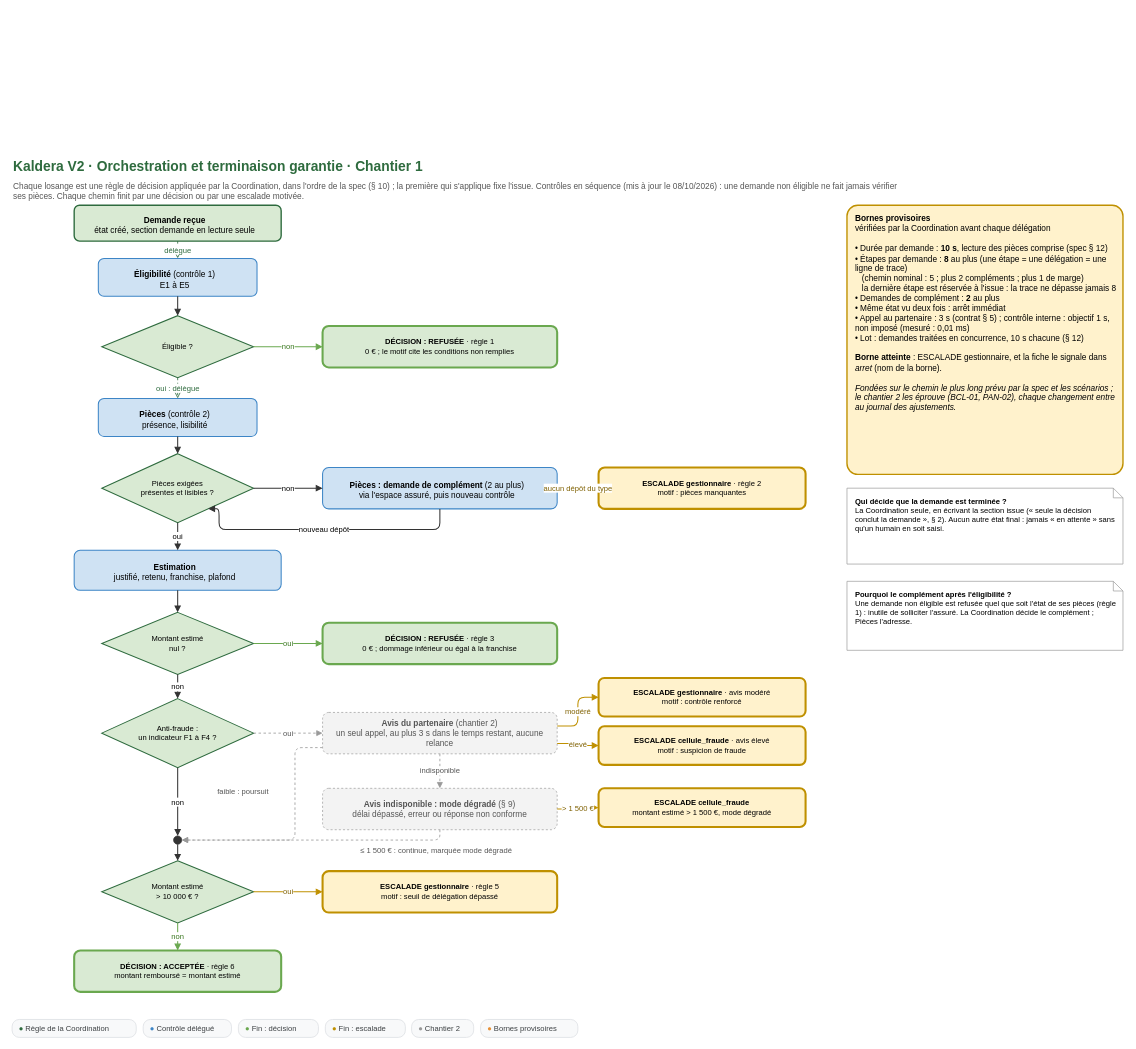
Earlier version of the draw.io diagram conception/schemas/schema-2-orchestration.drawio (Ganda15/kaldera-bout-en-bout_v2). Source tidied: cells renumbered, new cells numbered last; positions are measured from the earlier drawing's top-left corner, leaving out a move shared by most shapes. Both pictures are drawn from the tidied source at 69%, with x=0, y=0 at pixel (12, 153).
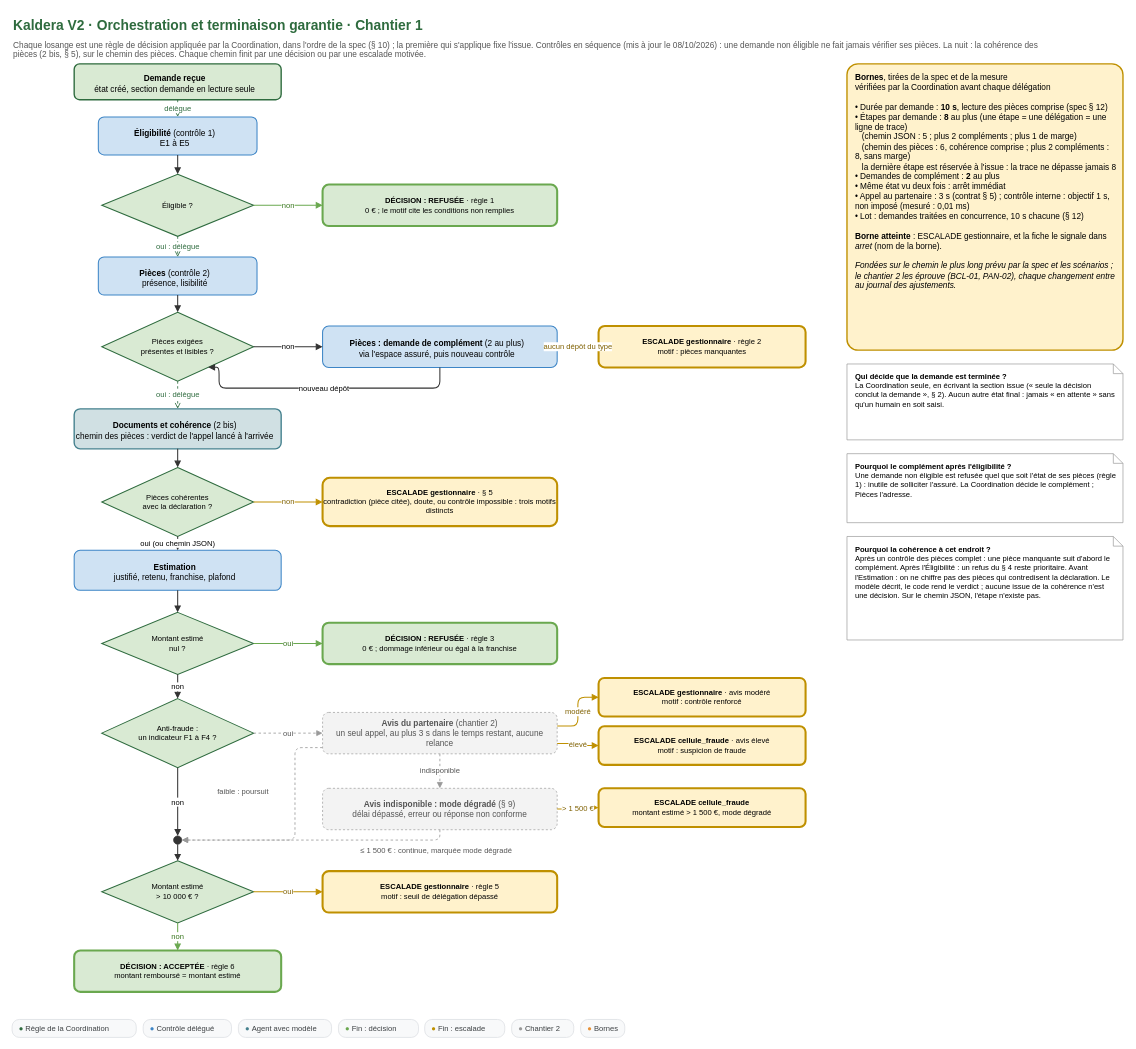
The same page after the edit.

Commit message (it also covers changes not shown here):
docs(schemas): schemas 0, 2, 3, 7 et N0 alignes sur l'agent Documents et coherence (depot de conception 9387fa4)

The change refers to these unchanged cells:
```xml
<mxCell id="12" value="&lt;b&gt;Estimation&lt;/b&gt;&lt;br&gt;justifié, retenu, franchise, plafond" style="whiteSpace=wrap;html=1;fontFamily=Arial;fontSize=12;align=left;spacingLeft=10;spacingRight=8;verticalAlign=top;spacingTop=6;rounded=1;fillColor=#cfe2f3;strokeColor=#3d85c6;strokeWidth=1.5;align=center;verticalAlign=middle;spacingLeft=0;" parent="1" vertex="1">
  <mxGeometry x="90" y="575" width="300" height="58" as="geometry" />
</mxCell>
```

What changed in the source:
```diff
@@
     <mxCell id="2" value="Kaldera V2 · Orchestration et terminaison garantie · Chantier 1" style="text;html=1;fontFamily=Arial;fontSize=20;fontStyle=1;fontColor=#2E6B3E;align=left;verticalAlign=top;" parent="1" vertex="1">
-      <mxGeometry width="1100" height="30" as="geometry" />
+      <mxGeometry y="-205" width="1100" height="30" as="geometry" />
     </mxCell>
-    <mxCell id="3" value="Chaque losange est une règle de décision appliquée par la Coordination, dans l'ordre de la spec (§ 10) ; la première qui s'applique fixe l'issue. Contrôles en séquence (mis à jour le 08/10/2026) : une demande non éligible ne fait jamais vérifier ses pièces. Chaque chemin finit par une décision ou par une escalade motivée." style="text;html=1;fontFamily=Arial;fontSize=12;fontColor=#555555;align=left;verticalAlign=top;whiteSpace=wrap;" parent="1" vertex="1">
-      <mxGeometry y="34" width="1300" height="22" as="geometry" />
+    <mxCell id="3" value="Chaque losange est une règle de décision appliquée par la Coordination, dans l'ordre de la spec (§ 10) ; la première qui s'applique fixe l'issue. Contrôles en séquence (mis à jour le 08/10/2026) : une demande non éligible ne fait jamais vérifier ses pièces. La nuit : la cohérence des pièces (2 bis, § 5), sur le chemin des pièces. Chaque chemin finit par une décision ou par une escalade motivée." style="text;html=1;fontFamily=Arial;fontSize=12;fontColor=#555555;align=left;verticalAlign=top;whiteSpace=wrap;" parent="1" vertex="1">
+      <mxGeometry y="-171" width="1500" height="22" as="geometry" />
     </mxCell>
     <mxCell id="4" value="&lt;b&gt;Demande reçue&lt;/b&gt;&lt;br&gt;état créé, section demande en lecture seule" style="whiteSpace=wrap;html=1;fontFamily=Arial;fontSize=12;align=left;spacingLeft=10;spacingRight=8;verticalAlign=top;spacingTop=6;rounded=1;fillColor=#d9ead3;strokeColor=#2E6B3E;strokeWidth=2;align=center;verticalAlign=middle;spacingLeft=0;" parent="1" vertex="1">
-      <mxGeometry x="90" y="75" width="300" height="52" as="geometry" />
+      <mxGeometry x="90" y="-130" width="300" height="52" as="geometry" />
     </mxCell>
     <mxCell id="5" value="&lt;b&gt;Éligibilité&lt;/b&gt; (contrôle 1)&lt;br&gt;E1 à E5" style="whiteSpace=wrap;html=1;fontFamily=Arial;fontSize=12;align=left;spacingLeft=10;spacingRight=8;verticalAlign=top;spacingTop=6;rounded=1;fillColor=#cfe2f3;strokeColor=#3d85c6;strokeWidth=1.5;align=center;verticalAlign=middle;spacingLeft=0;" parent="1" vertex="1">
-      <mxGeometry x="125" y="152" width="230" height="55" as="geometry" />
+      <mxGeometry x="125" y="-53" width="230" height="55" as="geometry" />
     </mxCell>
     <mxCell id="6" value="Éligible ?" style="rhombus;whiteSpace=wrap;html=1;fontFamily=Arial;fontSize=11;fillColor=#d9ead3;strokeColor=#2E6B3E;strokeWidth=1.5;" parent="1" vertex="1">
-      <mxGeometry x="130" y="235" width="220" height="90" as="geometry" />
+      <mxGeometry x="130" y="30" width="220" height="90" as="geometry" />
     </mxCell>
     <mxCell id="7" value="&lt;b&gt;DÉCISION : REFUSÉE&lt;/b&gt; · règle 1&lt;br&gt;0 € ; le motif cite les conditions non remplies" style="whiteSpace=wrap;html=1;fontFamily=Arial;fontSize=12;rounded=1;fillColor=#d9ead3;strokeColor=#6aa84f;strokeWidth=3;fontStyle=0;align=center;verticalAlign=middle;spacingLeft=0;fontSize=11;" parent="1" vertex="1">
-      <mxGeometry x="450" y="250" width="340" height="60" as="geometry" />
+      <mxGeometry x="450" y="45" width="340" height="60" as="geometry" />
     </mxCell>
     <mxCell id="8" value="&lt;b&gt;Pièces&lt;/b&gt; (contrôle 2)&lt;br&gt;présence, lisibilité" style="whiteSpace=wrap;html=1;fontFamily=Arial;fontSize=12;align=left;spacingLeft=10;spacingRight=8;verticalAlign=top;spacingTop=6;rounded=1;fillColor=#cfe2f3;strokeColor=#3d85c6;strokeWidth=1.5;align=center;verticalAlign=middle;spacingLeft=0;" parent="1" vertex="1">
-      <mxGeometry x="125" y="355" width="230" height="55" as="geometry" />
+      <mxGeometry x="125" y="150" width="230" height="55" as="geometry" />
     </mxCell>
     <mxCell id="9" value="Pièces exigées&lt;br&gt;présentes et lisibles ?" style="rhombus;whiteSpace=wrap;html=1;fontFamily=Arial;fontSize=11;fillColor=#d9ead3;strokeColor=#2E6B3E;strokeWidth=1.5;" parent="1" vertex="1">
-      <mxGeometry x="130" y="435" width="220" height="100" as="geometry" />
+      <mxGeometry x="130" y="230" width="220" height="100" as="geometry" />
     </mxCell>
     <mxCell id="10" value="&lt;b&gt;Pièces : demande de complément&lt;/b&gt; (2 au plus)&lt;br&gt;via l'espace assuré, puis nouveau contrôle" style="whiteSpace=wrap;html=1;fontFamily=Arial;fontSize=12;align=left;spacingLeft=10;spacingRight=8;verticalAlign=top;spacingTop=6;rounded=1;fillColor=#cfe2f3;strokeColor=#3d85c6;strokeWidth=1.5;align=center;verticalAlign=middle;spacingLeft=0;" parent="1" vertex="1">
-      <mxGeometry x="450" y="455" width="340" height="60" as="geometry" />
+      <mxGeometry x="450" y="250" width="340" height="60" as="geometry" />
     </mxCell>
     <mxCell id="11" value="&lt;b&gt;ESCALADE gestionnaire&lt;/b&gt; · règle 2&lt;br&gt;motif : pièces manquantes" style="whiteSpace=wrap;html=1;fontFamily=Arial;fontSize=12;rounded=1;fillColor=#fff2cc;strokeColor=#bf9000;strokeWidth=3;align=center;verticalAlign=middle;spacingLeft=0;fontSize=11;" parent="1" vertex="1">
-      <mxGeometry x="850" y="455" width="300" height="60" as="geometry" />
+      <mxGeometry x="850" y="250" width="300" height="60" as="geometry" />
     </mxCell>
+    <mxCell id="59" value="&lt;b&gt;Documents et cohérence&lt;/b&gt; (2 bis)&lt;br&gt;chemin des pièces : verdict de l'appel lancé à l'arrivée" style="whiteSpace=wrap;html=1;fontFamily=Arial;fontSize=12;align=left;spacingLeft=10;spacingRight=8;verticalAlign=top;spacingTop=6;rounded=1;fillColor=#d0e0e3;strokeColor=#45818e;strokeWidth=2;align=center;verticalAlign=middle;spacingLeft=0;" parent="1" vertex="1">
+      <mxGeometry x="90" y="370" width="300" height="58" as="geometry" />
+    </mxCell>
+    <mxCell id="60" value="Pièces cohérentes&lt;br&gt;avec la déclaration ?" style="rhombus;whiteSpace=wrap;html=1;fontFamily=Arial;fontSize=11;fillColor=#d9ead3;strokeColor=#2E6B3E;strokeWidth=1.5;" parent="1" vertex="1">
+      <mxGeometry x="130" y="455" width="220" height="100" as="geometry" />
+    </mxCell>
+    <mxCell id="61" value="&lt;b&gt;ESCALADE gestionnaire&lt;/b&gt; · § 5&lt;br&gt;contradiction (pièce citée), doute, ou contrôle impossible : trois motifs distincts" style="whiteSpace=wrap;html=1;fontFamily=Arial;fontSize=12;rounded=1;fillColor=#fff2cc;strokeColor=#bf9000;strokeWidth=3;align=center;verticalAlign=middle;spacingLeft=0;fontSize=11;" parent="1" vertex="1">
+      <mxGeometry x="450" y="470" width="340" height="70" as="geometry" />
+    </mxCell>
@@
-    <mxCell id="24" value="&lt;b&gt;Bornes provisoires&lt;/b&gt;&lt;br&gt;vérifiées par la Coordination avant chaque délégation&lt;br&gt;&lt;br&gt;• Durée par demande : &lt;b&gt;10 s&lt;/b&gt;, lecture des pièces comprise (spec § 12)&lt;br&gt;• Étapes par demande : &lt;b&gt;8&lt;/b&gt; au plus (une étape = une délégation = une ligne de trace)&lt;br&gt;&amp;nbsp;&amp;nbsp;&amp;nbsp;(chemin nominal : 5 ; plus 2 compléments ; plus 1 de marge)&lt;br&gt;&amp;nbsp;&amp;nbsp;&amp;nbsp;la dernière étape est réservée à l'issue : la trace ne dépasse jamais 8&lt;br&gt;• Demandes de complément : &lt;b&gt;2&lt;/b&gt; au plus&lt;br&gt;• Même état vu deux fois : arrêt immédiat&lt;br&gt;• Appel au partenaire : 3 s (contrat § 5) ; contrôle interne : objectif 1 s, non imposé (mesuré : 0,01 ms)&lt;br&gt;• Lot : demandes traitées en concurrence, 10 s chacune (§ 12)&lt;br&gt;&lt;br&gt;&lt;b&gt;Borne atteinte&lt;/b&gt; : ESCALADE gestionnaire, et la fiche le signale dans &lt;i&gt;arret&lt;/i&gt; (nom de la borne).&lt;br&gt;&lt;br&gt;&lt;i&gt;Fondées sur le chemin le plus long prévu par la spec et les scénarios ; le chantier 2 les éprouve (BCL-01, PAN-02), chaque changement entre au journal des ajustements.&lt;/i&gt;" style="whiteSpace=wrap;html=1;fontFamily=Arial;fontSize=12;align=left;spacingLeft=10;spacingRight=8;verticalAlign=top;spacingTop=6;rounded=1;fillColor=#fce5cd;strokeColor=#e69138;strokeWidth=2;fillColor=#fff2cc;strokeColor=#bf9000;arcSize=4;" parent="1" vertex="1">
-      <mxGeometry x="1210" y="75" width="400" height="390" as="geometry" />
+    <mxCell id="24" value="&lt;b&gt;Bornes&lt;/b&gt;, tirées de la spec et de la mesure&lt;br&gt;vérifiées par la Coordination avant chaque délégation&lt;br&gt;&lt;br&gt;• Durée par demande : &lt;b&gt;10 s&lt;/b&gt;, lecture des pièces comprise (spec § 12)&lt;br&gt;• Étapes par demande : &lt;b&gt;8&lt;/b&gt; au plus (une étape = une délégation = une ligne de trace)&lt;br&gt;&amp;nbsp;&amp;nbsp;&amp;nbsp;(chemin JSON : 5 ; plus 2 compléments ; plus 1 de marge)&lt;br&gt;&amp;nbsp;&amp;nbsp;&amp;nbsp;(chemin des pièces : 6, cohérence comprise ; plus 2 compléments : 8, sans marge)&lt;br&gt;&amp;nbsp;&amp;nbsp;&amp;nbsp;la dernière étape est réservée à l'issue : la trace ne dépasse jamais 8&lt;br&gt;• Demandes de complément : &lt;b&gt;2&lt;/b&gt; au plus&lt;br&gt;• Même état vu deux fois : arrêt immédiat&lt;br&gt;• Appel au partenaire : 3 s (contrat § 5) ; contrôle interne : objectif 1 s, non imposé (mesuré : 0,01 ms)&lt;br&gt;• Lot : demandes traitées en concurrence, 10 s chacune (§ 12)&lt;br&gt;&lt;br&gt;&lt;b&gt;Borne atteinte&lt;/b&gt; : ESCALADE gestionnaire, et la fiche le signale dans &lt;i&gt;arret&lt;/i&gt; (nom de la borne).&lt;br&gt;&lt;br&gt;&lt;i&gt;Fondées sur le chemin le plus long prévu par la spec et les scénarios ; le chantier 2 les éprouve (BCL-01, PAN-02), chaque changement entre au journal des ajustements.&lt;/i&gt;" style="whiteSpace=wrap;html=1;fontFamily=Arial;fontSize=12;align=left;spacingLeft=10;spacingRight=8;verticalAlign=top;spacingTop=6;rounded=1;fillColor=#fce5cd;strokeColor=#e69138;strokeWidth=2;fillColor=#fff2cc;strokeColor=#bf9000;arcSize=4;" parent="1" vertex="1">
+      <mxGeometry x="1210" y="-130" width="400" height="415" as="geometry" />
     </mxCell>
     <mxCell id="25" value="&lt;b&gt;Qui décide que la demande est terminée ?&lt;/b&gt;&lt;br&gt;La Coordination seule, en écrivant la section issue (« seule la décision conclut la demande », § 2). Aucun autre état final : jamais « en attente » sans qu'un humain en soit saisi." style="whiteSpace=wrap;html=1;fontFamily=Arial;fontSize=12;align=left;spacingLeft=10;spacingRight=8;verticalAlign=top;spacingTop=6;shape=note;size=14;fillColor=#ffffff;strokeColor=#999999;fontSize=11;" parent="1" vertex="1">
-      <mxGeometry x="1210" y="485" width="400" height="110" as="geometry" />
+      <mxGeometry x="1210" y="305" width="400" height="110" as="geometry" />
     </mxCell>
     <mxCell id="26" value="&lt;b&gt;Pourquoi le complément après l'éligibilité ?&lt;/b&gt;&lt;br&gt;Une demande non éligible est refusée quel que soit l'état de ses pièces (règle 1) : inutile de solliciter l'assuré. La Coordination décide le complément ; Pièces l'adresse." style="whiteSpace=wrap;html=1;fontFamily=Arial;fontSize=12;align=left;spacingLeft=10;spacingRight=8;verticalAlign=top;spacingTop=6;shape=note;size=14;fillColor=#ffffff;strokeColor=#999999;fontSize=11;" parent="1" vertex="1">
-      <mxGeometry x="1210" y="620" width="400" height="100" as="geometry" />
+      <mxGeometry x="1210" y="435" width="400" height="100" as="geometry" />
     </mxCell>
+    <mxCell id="62" value="&lt;b&gt;Pourquoi la cohérence à cet endroit ?&lt;/b&gt;&lt;br&gt;Après un contrôle des pièces complet : une pièce manquante suit d'abord le complément. Après l'Éligibilité : un refus du § 4 reste prioritaire. Avant l'Estimation : on ne chiffre pas des pièces qui contredisent la déclaration. Le modèle décrit, le code rend le verdict ; aucune issue de la cohérence n'est une décision. Sur le chemin JSON, l'étape n'existe pas." style="whiteSpace=wrap;html=1;fontFamily=Arial;fontSize=12;align=left;spacingLeft=10;spacingRight=8;verticalAlign=top;spacingTop=6;shape=note;size=14;fillColor=#ffffff;strokeColor=#999999;fontSize=11;" parent="1" vertex="1">
+      <mxGeometry x="1210" y="555" width="400" height="150" as="geometry" />
+    </mxCell>
@@
     <mxCell id="33" value="nouveau dépôt" style="edgeStyle=orthogonalEdgeStyle;rounded=1;html=1;fontFamily=Arial;fontSize=11;labelBackgroundColor=#ffffff;endArrow=block;endFill=1;strokeColor=#333333;strokeWidth=1.5;exitX=0.5;exitY=1;exitDx=0;exitDy=0;entryX=0.77;entryY=0.9;entryDx=0;entryDy=0;" parent="1" edge="1" source="10" target="9">
       <mxGeometry relative="1" as="geometry">
         <Array as="points">
-          <mxPoint x="620" y="545" />
-          <mxPoint x="300" y="545" />
+          <mxPoint x="620" y="340" />
+          <mxPoint x="300" y="340" />
         </Array>
       </mxGeometry>
     </mxCell>
@@
-    <mxCell id="35" value="oui" style="edgeStyle=orthogonalEdgeStyle;rounded=1;html=1;fontFamily=Arial;fontSize=11;labelBackgroundColor=#ffffff;endArrow=block;endFill=1;strokeColor=#333333;strokeWidth=1.5;exitX=0.5;exitY=1;exitDx=0;exitDy=0;entryX=0.5;entryY=0;entryDx=0;entryDy=0;" parent="1" edge="1" source="9" target="12">
+    <mxCell id="35" value="oui : délègue" style="edgeStyle=orthogonalEdgeStyle;rounded=1;html=1;fontFamily=Arial;fontSize=11;labelBackgroundColor=#ffffff;endArrow=open;endFill=0;dashed=1;strokeColor=#2E6B3E;strokeWidth=1.2;fontColor=#2E6B3E;exitX=0.5;exitY=1;exitDx=0;exitDy=0;entryX=0.5;entryY=0;entryDx=0;entryDy=0;" parent="1" edge="1" source="9" target="59">
       <mxGeometry relative="1" as="geometry" />
     </mxCell>
+    <mxCell id="63" style="edgeStyle=orthogonalEdgeStyle;rounded=1;html=1;fontFamily=Arial;fontSize=11;labelBackgroundColor=#ffffff;endArrow=block;endFill=1;strokeColor=#333333;strokeWidth=1.5;exitX=0.5;exitY=1;exitDx=0;exitDy=0;entryX=0.5;entryY=0;entryDx=0;entryDy=0;" parent="1" edge="1" source="59" target="60">
+      <mxGeometry relative="1" as="geometry" />
+    </mxCell>
+    <mxCell id="64" value="non" style="edgeStyle=orthogonalEdgeStyle;rounded=1;html=1;fontFamily=Arial;fontSize=11;labelBackgroundColor=#ffffff;endArrow=block;endFill=1;strokeColor=#bf9000;strokeWidth=1.5;fontColor=#7f6000;exitX=1;exitY=0.5;exitDx=0;exitDy=0;entryX=0;entryY=0.5;entryDx=0;entryDy=0;" parent="1" edge="1" source="60" target="61">
+      <mxGeometry relative="1" as="geometry" />
+    </mxCell>
+    <mxCell id="65" value="oui (ou chemin JSON)" style="edgeStyle=orthogonalEdgeStyle;rounded=1;html=1;fontFamily=Arial;fontSize=11;labelBackgroundColor=#ffffff;endArrow=block;endFill=1;strokeColor=#333333;strokeWidth=1.5;exitX=0.5;exitY=1;exitDx=0;exitDy=0;entryX=0.5;entryY=0;entryDx=0;entryDy=0;" parent="1" edge="1" source="60" target="12">
+      <mxGeometry relative="1" as="geometry" />
+    </mxCell>
@@
-    <mxCell id="55" value="&lt;font color=&quot;#6aa84f&quot;&gt;&amp;#9679;&lt;/font&gt;&amp;nbsp;Fin : décision" style="rounded=1;whiteSpace=nowrap;html=1;fillColor=#f8f9fa;strokeColor=#dadce0;fontSize=11;fontColor=#3c4043;align=left;spacingLeft=8;verticalAlign=middle;arcSize=40;" parent="1" vertex="1">
-      <mxGeometry x="328" y="1255" width="116" height="26" as="geometry" />
+    <mxCell id="55" value="&lt;font color=&quot;#45818e&quot;&gt;&amp;#9679;&lt;/font&gt;&amp;nbsp;Agent avec modèle" style="rounded=1;whiteSpace=nowrap;html=1;fillColor=#f8f9fa;strokeColor=#dadce0;fontSize=11;fontColor=#3c4043;align=left;spacingLeft=8;verticalAlign=middle;arcSize=40;" parent="1" vertex="1">
+      <mxGeometry x="328" y="1255" width="135" height="26" as="geometry" />
     </mxCell>
-    <mxCell id="56" value="&lt;font color=&quot;#bf9000&quot;&gt;&amp;#9679;&lt;/font&gt;&amp;nbsp;Fin : escalade" style="rounded=1;whiteSpace=nowrap;html=1;fillColor=#f8f9fa;strokeColor=#dadce0;fontSize=11;fontColor=#3c4043;align=left;spacingLeft=8;verticalAlign=middle;arcSize=40;" parent="1" vertex="1">
-      <mxGeometry x="454" y="1255" width="116" height="26" as="geometry" />
+    <mxCell id="56" value="&lt;font color=&quot;#6aa84f&quot;&gt;&amp;#9679;&lt;/font&gt;&amp;nbsp;Fin : décision" style="rounded=1;whiteSpace=nowrap;html=1;fillColor=#f8f9fa;strokeColor=#dadce0;fontSize=11;fontColor=#3c4043;align=left;spacingLeft=8;verticalAlign=middle;arcSize=40;" parent="1" vertex="1">
+      <mxGeometry x="473" y="1255" width="116" height="26" as="geometry" />
     </mxCell>
-    <mxCell id="57" value="&lt;font color=&quot;#999999&quot;&gt;&amp;#9679;&lt;/font&gt;&amp;nbsp;Chantier 2" style="rounded=1;whiteSpace=nowrap;html=1;fillColor=#f8f9fa;strokeColor=#dadce0;fontSize=11;fontColor=#3c4043;align=left;spacingLeft=8;verticalAlign=middle;arcSize=40;" parent="1" vertex="1">
-      <mxGeometry x="579" y="1255" width="90" height="26" as="geometry" />
+    <mxCell id="57" value="&lt;font color=&quot;#bf9000&quot;&gt;&amp;#9679;&lt;/font&gt;&amp;nbsp;Fin : escalade" style="rounded=1;whiteSpace=nowrap;html=1;fillColor=#f8f9fa;strokeColor=#dadce0;fontSize=11;fontColor=#3c4043;align=left;spacingLeft=8;verticalAlign=middle;arcSize=40;" parent="1" vertex="1">
+      <mxGeometry x="598" y="1255" width="116" height="26" as="geometry" />
     </mxCell>
-    <mxCell id="58" value="&lt;font color=&quot;#e69138&quot;&gt;&amp;#9679;&lt;/font&gt;&amp;nbsp;Bornes provisoires" style="rounded=1;whiteSpace=nowrap;html=1;fillColor=#f8f9fa;strokeColor=#dadce0;fontSize=11;fontColor=#3c4043;align=left;spacingLeft=8;verticalAlign=middle;arcSize=40;" parent="1" vertex="1">
-      <mxGeometry x="679" y="1255" width="141" height="26" as="geometry" />
+    <mxCell id="58" value="&lt;font color=&quot;#999999&quot;&gt;&amp;#9679;&lt;/font&gt;&amp;nbsp;Chantier 2" style="rounded=1;whiteSpace=nowrap;html=1;fillColor=#f8f9fa;strokeColor=#dadce0;fontSize=11;fontColor=#3c4043;align=left;spacingLeft=8;verticalAlign=middle;arcSize=40;" parent="1" vertex="1">
+      <mxGeometry x="724" y="1255" width="90" height="26" as="geometry" />
     </mxCell>
+    <mxCell id="66" value="&lt;font color=&quot;#e69138&quot;&gt;&amp;#9679;&lt;/font&gt;&amp;nbsp;Bornes" style="rounded=1;whiteSpace=nowrap;html=1;fillColor=#f8f9fa;strokeColor=#dadce0;fontSize=11;fontColor=#3c4043;align=left;spacingLeft=8;verticalAlign=middle;arcSize=40;" parent="1" vertex="1">
+      <mxGeometry x="824" y="1255" width="64" height="26" as="geometry" />
+    </mxCell>
```
